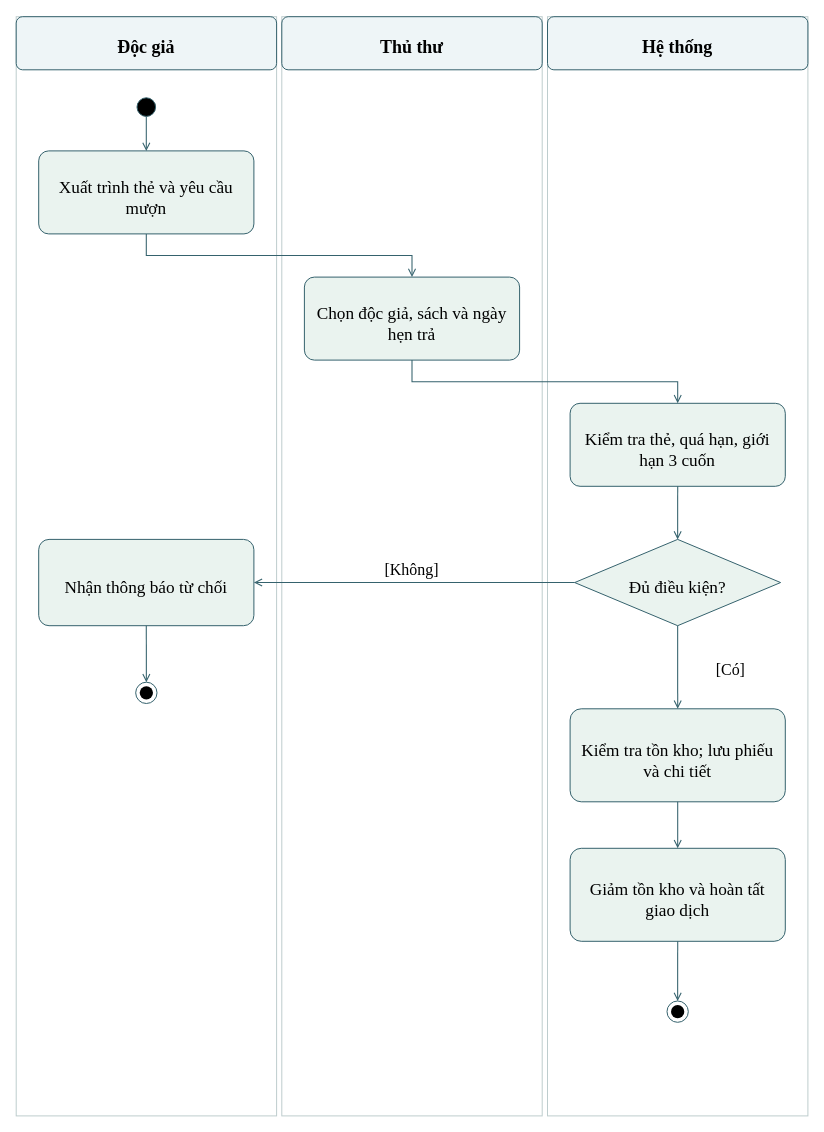
Earlier version of the draw.io diagram LAB2/UML/05_ActivityLapPhieuMuon.drawio (kanishere55/LAB_AT_OOSD). Source tidied: cells renumbered, new cells numbered last; positions are measured from the earlier drawing's top-left corner, leaving out a move shared by most shapes. Both pictures are drawn from the tidied source at 100%, with x=0, y=0 at pixel (16, 16).
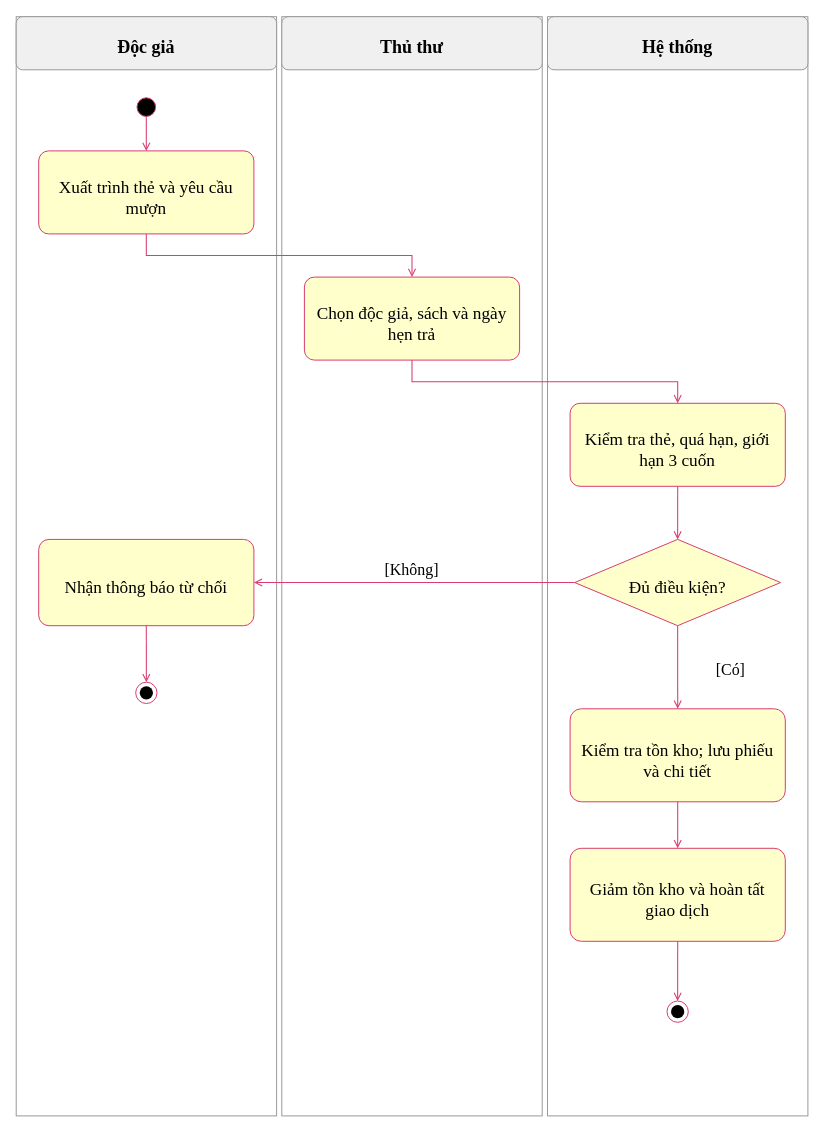
After the change.

The change refers to these unchanged cells:
```xml
<mxCell id="11" style="group;html=0;" parent="1" vertex="1">
  <mxGeometry x="120.5" y="81.3" width="18.6" height="18.6" as="geometry" />
</mxCell>
<mxCell id="13" style="group;html=0;" parent="1" vertex="1">
  <mxGeometry x="22.2" y="134.4" width="215.2" height="83" as="geometry" />
</mxCell>
<mxCell id="16" style="group;html=0;" parent="1" vertex="1">
  <mxGeometry x="287.9" y="260.6" width="215.2" height="83" as="geometry" />
</mxCell>
<mxCell id="19" style="group;html=0;" parent="1" vertex="1">
  <mxGeometry x="553.6" y="386.8" width="215.2" height="83" as="geometry" />
</mxCell>
<mxCell id="22" style="group;html=0;" parent="1" vertex="1">
  <mxGeometry x="558.2" y="522.9" width="205.9" height="86.3" as="geometry" />
</mxCell>
<mxCell id="25" style="group;html=0;" parent="1" vertex="1">
  <mxGeometry x="22.2" y="522.9" width="215.2" height="86.3" as="geometry" />
</mxCell>
<mxCell id="28" style="group;html=0;" parent="1" vertex="1">
  <mxGeometry x="119.2" y="665.7" width="21.3" height="21.3" as="geometry" />
</mxCell>
<mxCell id="31" style="group;html=0;" parent="1" vertex="1">
  <mxGeometry x="553.6" y="692.3" width="215.2" height="93" as="geometry" />
</mxCell>
<mxCell id="34" style="group;html=0;" parent="1" vertex="1">
  <mxGeometry x="553.6" y="831.8" width="215.2" height="93" as="geometry" />
</mxCell>
<mxCell id="37" style="group;html=0;" parent="1" vertex="1">
  <mxGeometry x="650.5" y="984.5" width="21.3" height="21.3" as="geometry" />
</mxCell>
```

Change to the diagram source:
```diff
@@
-    <mxCell id="2" style="rounded=0;arcSize=12;html=0;fillColor=none;strokeColor=#becdce;strokeWidth=0.996;" parent="1" vertex="1">
+    <mxCell id="2" style="rounded=0;arcSize=12;html=0;fillColor=none;strokeColor=#999999;strokeWidth=0.996;" parent="1" vertex="1">
       <mxGeometry x="-0.3" y="0.2" width="260.4" height="1099.2" as="geometry" />
     </mxCell>
-    <mxCell id="3" style="rounded=1;arcSize=12;html=0;fillColor=#eef5f7;strokeColor=#35626d;strokeWidth=0.996;" parent="1" vertex="1">
+    <mxCell id="3" style="rounded=1;arcSize=12;html=0;fillColor=#f0f0f0;strokeColor=#999999;strokeWidth=0.996;" parent="1" vertex="1">
       <mxGeometry x="-0.3" y="0.2" width="260.4" height="53.1" as="geometry" />
     </mxCell>
@@
-    <mxCell id="5" style="rounded=0;arcSize=12;html=0;fillColor=none;strokeColor=#becdce;strokeWidth=0.996;" parent="1" vertex="1">
+    <mxCell id="5" style="rounded=0;arcSize=12;html=0;fillColor=none;strokeColor=#999999;strokeWidth=0.996;" parent="1" vertex="1">
       <mxGeometry x="265.3" y="0.2" width="260.4" height="1099.2" as="geometry" />
     </mxCell>
-    <mxCell id="6" style="rounded=1;arcSize=12;html=0;fillColor=#eef5f7;strokeColor=#35626d;strokeWidth=0.996;" parent="1" vertex="1">
+    <mxCell id="6" style="rounded=1;arcSize=12;html=0;fillColor=#f0f0f0;strokeColor=#999999;strokeWidth=0.996;" parent="1" vertex="1">
       <mxGeometry x="265.3" y="0.2" width="260.4" height="53.1" as="geometry" />
     </mxCell>
@@
-    <mxCell id="8" style="rounded=0;arcSize=12;html=0;fillColor=none;strokeColor=#becdce;strokeWidth=0.996;" parent="1" vertex="1">
+    <mxCell id="8" style="rounded=0;arcSize=12;html=0;fillColor=none;strokeColor=#999999;strokeWidth=0.996;" parent="1" vertex="1">
       <mxGeometry x="531" y="0.2" width="260.4" height="1099.2" as="geometry" />
     </mxCell>
-    <mxCell id="9" style="rounded=1;arcSize=12;html=0;fillColor=#eef5f7;strokeColor=#35626d;strokeWidth=0.996;" parent="1" vertex="1">
+    <mxCell id="9" style="rounded=1;arcSize=12;html=0;fillColor=#f0f0f0;strokeColor=#999999;strokeWidth=0.996;" parent="1" vertex="1">
       <mxGeometry x="531" y="0.2" width="260.4" height="53.1" as="geometry" />
     </mxCell>
@@
-    <mxCell id="12" style="shape=ellipse;fillColor=#000000;strokeColor=#35626d;" parent="11" vertex="1">
+    <mxCell id="12" style="shape=ellipse;fillColor=#000000;strokeColor=#d83d70;" parent="11" vertex="1">
       <mxGeometry width="18.6" height="18.6" as="geometry" />
     </mxCell>
@@
-    <mxCell id="14" style="rounded=1;arcSize=12;html=0;fillColor=#eaf3ef;strokeColor=#35626d;strokeWidth=0.996;" parent="13" vertex="1">
+    <mxCell id="14" style="rounded=1;arcSize=12;html=0;fillColor=#ffffcc;strokeColor=#d83d70;strokeWidth=0.996;" parent="13" vertex="1">
       <mxGeometry width="215.2" height="83" as="geometry" />
     </mxCell>
@@
-    <mxCell id="17" style="rounded=1;arcSize=12;html=0;fillColor=#eaf3ef;strokeColor=#35626d;strokeWidth=0.996;" parent="16" vertex="1">
+    <mxCell id="17" style="rounded=1;arcSize=12;html=0;fillColor=#ffffcc;strokeColor=#d83d70;strokeWidth=0.996;" parent="16" vertex="1">
       <mxGeometry width="215.2" height="83" as="geometry" />
     </mxCell>
@@
-    <mxCell id="20" style="rounded=1;arcSize=12;html=0;fillColor=#eaf3ef;strokeColor=#35626d;strokeWidth=0.996;" parent="19" vertex="1">
+    <mxCell id="20" style="rounded=1;arcSize=12;html=0;fillColor=#ffffcc;strokeColor=#d83d70;strokeWidth=0.996;" parent="19" vertex="1">
       <mxGeometry width="215.2" height="83" as="geometry" />
     </mxCell>
@@
-    <mxCell id="23" style="shape=rhombus;fillColor=#eaf3ef;strokeColor=#35626d;" parent="22" vertex="1">
+    <mxCell id="23" style="shape=rhombus;fillColor=#ffffcc;strokeColor=#d83d70;" parent="22" vertex="1">
       <mxGeometry width="205.9" height="86.3" as="geometry" />
     </mxCell>
@@
-    <mxCell id="26" style="rounded=1;arcSize=12;html=0;fillColor=#eaf3ef;strokeColor=#35626d;strokeWidth=0.996;" parent="25" vertex="1">
+    <mxCell id="26" style="rounded=1;arcSize=12;html=0;fillColor=#ffffcc;strokeColor=#d83d70;strokeWidth=0.996;" parent="25" vertex="1">
       <mxGeometry width="215.2" height="86.3" as="geometry" />
     </mxCell>
@@
-    <mxCell id="29" style="shape=ellipse;fillColor=white;strokeColor=#35626d;" parent="28" vertex="1">
+    <mxCell id="29" style="shape=ellipse;fillColor=white;strokeColor=#d83d70;" parent="28" vertex="1">
       <mxGeometry width="21.3" height="21.3" as="geometry" />
     </mxCell>
@@
-    <mxCell id="32" style="rounded=1;arcSize=12;html=0;fillColor=#eaf3ef;strokeColor=#35626d;strokeWidth=0.996;" parent="31" vertex="1">
+    <mxCell id="32" style="rounded=1;arcSize=12;html=0;fillColor=#ffffcc;strokeColor=#d83d70;strokeWidth=0.996;" parent="31" vertex="1">
       <mxGeometry width="215.2" height="93" as="geometry" />
     </mxCell>
@@
-    <mxCell id="35" style="rounded=1;arcSize=12;html=0;fillColor=#eaf3ef;strokeColor=#35626d;strokeWidth=0.996;" parent="34" vertex="1">
+    <mxCell id="35" style="rounded=1;arcSize=12;html=0;fillColor=#ffffcc;strokeColor=#d83d70;strokeWidth=0.996;" parent="34" vertex="1">
       <mxGeometry width="215.2" height="93" as="geometry" />
     </mxCell>
@@
-    <mxCell id="38" style="shape=ellipse;fillColor=white;strokeColor=#35626d;" parent="37" vertex="1">
+    <mxCell id="38" style="shape=ellipse;fillColor=white;strokeColor=#d83d70;" parent="37" vertex="1">
       <mxGeometry width="21.3" height="21.3" as="geometry" />
     </mxCell>
@@
-    <mxCell id="40" style="edgeStyle=none;noEdgeStyle=1;rounded=0;jumpStyle=arc;jumpSize=6;strokeColor=#35626d;strokeWidth=1.063;endArrow=open;endFill=0;startArrow=none;startFill=1;exitX=0.5;exitY=1.0;exitPerimeter=0;entryX=0.5;entryY=0.0;entryPerimeter=0;" parent="1" edge="1" source="11" target="13">
+    <mxCell id="40" style="edgeStyle=none;noEdgeStyle=1;rounded=0;jumpStyle=arc;jumpSize=6;strokeColor=#d83d70;strokeWidth=1.063;endArrow=open;endFill=0;startArrow=none;startFill=1;exitX=0.5;exitY=1.0;exitPerimeter=0;entryX=0.5;entryY=0.0;entryPerimeter=0;" parent="1" edge="1" source="11" target="13">
       <mxGeometry relative="1" as="geometry" />
     </mxCell>
-    <mxCell id="41" style="edgeStyle=none;noEdgeStyle=1;rounded=0;jumpStyle=arc;jumpSize=6;strokeColor=#35626d;strokeWidth=1.063;endArrow=open;endFill=0;startArrow=none;startFill=1;exitX=0.5;exitY=1.0;exitPerimeter=0;entryX=0.5;entryY=0.0;entryPerimeter=0;" parent="1" edge="1" source="13" target="16">
+    <mxCell id="41" style="edgeStyle=none;noEdgeStyle=1;rounded=0;jumpStyle=arc;jumpSize=6;strokeColor=#d83d70;strokeWidth=1.063;endArrow=open;endFill=0;startArrow=none;startFill=1;exitX=0.5;exitY=1.0;exitPerimeter=0;entryX=0.5;entryY=0.0;entryPerimeter=0;" parent="1" edge="1" source="13" target="16">
       <mxGeometry relative="1" as="geometry">
         <Array as="points">
           <mxPoint x="129.8" y="239" />
           <mxPoint x="395.5" y="239" />
         </Array>
       </mxGeometry>
     </mxCell>
-    <mxCell id="42" style="edgeStyle=none;noEdgeStyle=1;rounded=0;jumpStyle=arc;jumpSize=6;strokeColor=#35626d;strokeWidth=1.063;endArrow=open;endFill=0;startArrow=none;startFill=1;exitX=0.5;exitY=1.0;exitPerimeter=0;entryX=0.5;entryY=0.0;entryPerimeter=0;" parent="1" edge="1" source="16" target="19">
+    <mxCell id="42" style="edgeStyle=none;noEdgeStyle=1;rounded=0;jumpStyle=arc;jumpSize=6;strokeColor=#d83d70;strokeWidth=1.063;endArrow=open;endFill=0;startArrow=none;startFill=1;exitX=0.5;exitY=1.0;exitPerimeter=0;entryX=0.5;entryY=0.0;entryPerimeter=0;" parent="1" edge="1" source="16" target="19">
       <mxGeometry relative="1" as="geometry">
         <Array as="points">
           <mxPoint x="395.5" y="365.2" />
           <mxPoint x="661.2" y="365.2" />
         </Array>
       </mxGeometry>
     </mxCell>
-    <mxCell id="43" style="edgeStyle=none;noEdgeStyle=1;rounded=0;jumpStyle=arc;jumpSize=6;strokeColor=#35626d;strokeWidth=1.063;endArrow=open;endFill=0;startArrow=none;startFill=1;exitX=0.5;exitY=1.0;exitPerimeter=0;entryX=0.5;entryY=0.0;entryPerimeter=0;" parent="1" edge="1" source="19" target="22">
+    <mxCell id="43" style="edgeStyle=none;noEdgeStyle=1;rounded=0;jumpStyle=arc;jumpSize=6;strokeColor=#d83d70;strokeWidth=1.063;endArrow=open;endFill=0;startArrow=none;startFill=1;exitX=0.5;exitY=1.0;exitPerimeter=0;entryX=0.5;entryY=0.0;entryPerimeter=0;" parent="1" edge="1" source="19" target="22">
       <mxGeometry relative="1" as="geometry" />
     </mxCell>
-    <mxCell id="44" style="edgeStyle=none;noEdgeStyle=1;rounded=0;jumpStyle=arc;jumpSize=6;strokeColor=#35626d;strokeWidth=1.063;endArrow=open;endFill=0;startArrow=none;startFill=1;exitX=0.5;exitY=1.0;exitPerimeter=0;entryX=0.5;entryY=0.0;entryPerimeter=0;" parent="1" edge="1" source="22" target="31">
+    <mxCell id="44" style="edgeStyle=none;noEdgeStyle=1;rounded=0;jumpStyle=arc;jumpSize=6;strokeColor=#d83d70;strokeWidth=1.063;endArrow=open;endFill=0;startArrow=none;startFill=1;exitX=0.5;exitY=1.0;exitPerimeter=0;entryX=0.5;entryY=0.0;entryPerimeter=0;" parent="1" edge="1" source="22" target="31">
       <mxGeometry relative="1" as="geometry" />
     </mxCell>
-    <mxCell id="45" style="edgeStyle=none;noEdgeStyle=1;rounded=0;jumpStyle=arc;jumpSize=6;strokeColor=#35626d;strokeWidth=1.063;endArrow=open;endFill=0;startArrow=none;startFill=1;exitX=0.5;exitY=1.0;exitPerimeter=0;entryX=0.5;entryY=0.0;entryPerimeter=0;" parent="1" edge="1" source="31" target="34">
+    <mxCell id="45" style="edgeStyle=none;noEdgeStyle=1;rounded=0;jumpStyle=arc;jumpSize=6;strokeColor=#d83d70;strokeWidth=1.063;endArrow=open;endFill=0;startArrow=none;startFill=1;exitX=0.5;exitY=1.0;exitPerimeter=0;entryX=0.5;entryY=0.0;entryPerimeter=0;" parent="1" edge="1" source="31" target="34">
       <mxGeometry relative="1" as="geometry" />
     </mxCell>
-    <mxCell id="46" style="edgeStyle=none;noEdgeStyle=1;rounded=0;jumpStyle=arc;jumpSize=6;strokeColor=#35626d;strokeWidth=1.063;endArrow=open;endFill=0;startArrow=none;startFill=1;exitX=0.5;exitY=1.0;exitPerimeter=0;entryX=0.5;entryY=0.0;entryPerimeter=0;" parent="1" edge="1" source="34" target="37">
+    <mxCell id="46" style="edgeStyle=none;noEdgeStyle=1;rounded=0;jumpStyle=arc;jumpSize=6;strokeColor=#d83d70;strokeWidth=1.063;endArrow=open;endFill=0;startArrow=none;startFill=1;exitX=0.5;exitY=1.0;exitPerimeter=0;entryX=0.5;entryY=0.0;entryPerimeter=0;" parent="1" edge="1" source="34" target="37">
       <mxGeometry relative="1" as="geometry" />
     </mxCell>
-    <mxCell id="47" style="edgeStyle=none;noEdgeStyle=1;rounded=0;jumpStyle=arc;jumpSize=6;strokeColor=#35626d;strokeWidth=1.063;endArrow=open;endFill=0;startArrow=none;startFill=1;exitX=0.5;exitY=1.0;exitPerimeter=0;entryX=0.5;entryY=0.0;entryPerimeter=0;" parent="1" edge="1" source="25" target="28">
+    <mxCell id="47" style="edgeStyle=none;noEdgeStyle=1;rounded=0;jumpStyle=arc;jumpSize=6;strokeColor=#d83d70;strokeWidth=1.063;endArrow=open;endFill=0;startArrow=none;startFill=1;exitX=0.5;exitY=1.0;exitPerimeter=0;entryX=0.5;entryY=0.0;entryPerimeter=0;" parent="1" edge="1" source="25" target="28">
       <mxGeometry relative="1" as="geometry" />
     </mxCell>
-    <mxCell id="48" style="edgeStyle=none;noEdgeStyle=1;rounded=0;jumpStyle=arc;jumpSize=6;strokeColor=#35626d;strokeWidth=1.063;endArrow=open;endFill=0;startArrow=none;startFill=1;exitX=0.0;exitY=0.5;exitPerimeter=0;entryX=1.0;entryY=0.5;entryPerimeter=0;" parent="1" edge="1" source="22" target="25">
+    <mxCell id="48" style="edgeStyle=none;noEdgeStyle=1;rounded=0;jumpStyle=arc;jumpSize=6;strokeColor=#d83d70;strokeWidth=1.063;endArrow=open;endFill=0;startArrow=none;startFill=1;exitX=0.0;exitY=0.5;exitPerimeter=0;entryX=1.0;entryY=0.5;entryPerimeter=0;" parent="1" edge="1" source="22" target="25">
       <mxGeometry relative="1" as="geometry" />
     </mxCell>
```
